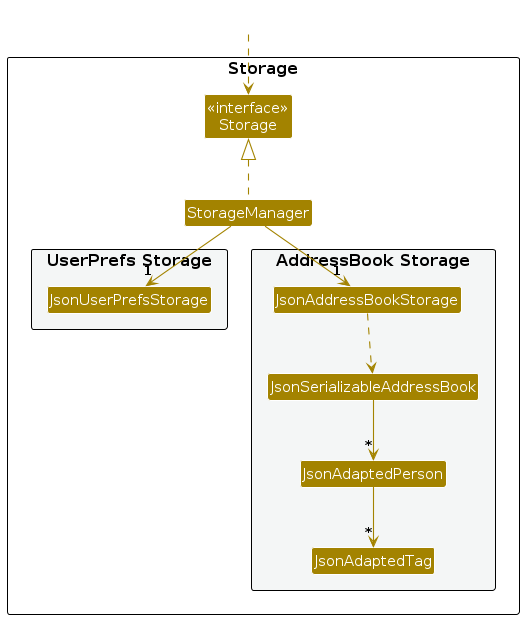
This is diagrams/StorageClassDiagram.png from AY2627S1-CS2103T-T17-3/tp, a PlantUML export, as it was before one commit. Its source is kept beside it as diagrams/StorageClassDiagram.puml.
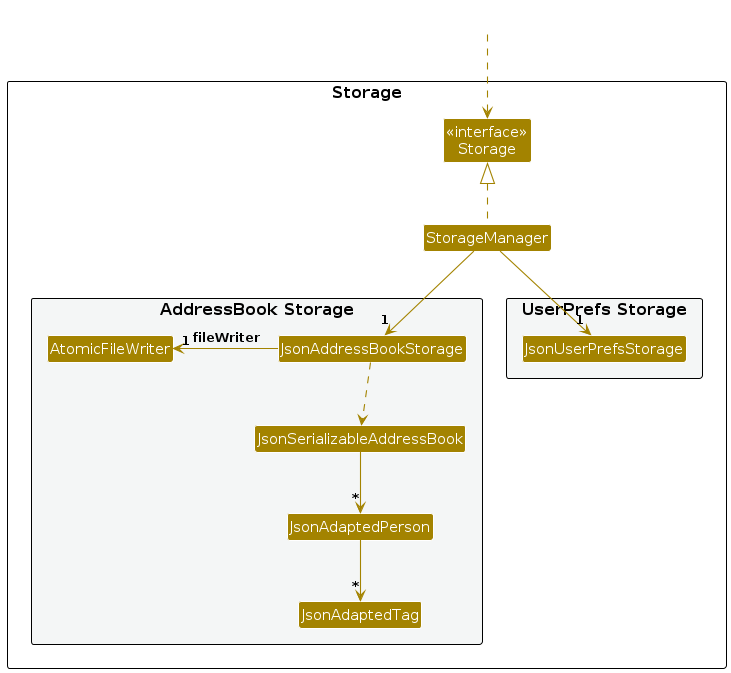
After the change.

The edit, as a diff of the source:
```diff
@@ -15,6 +15,7 @@
 
 package "AddressBook Storage" #F4F6F6{
 Class JsonAddressBookStorage
+Class AtomicFileWriter
 Class JsonSerializableAddressBook
 Class JsonAdaptedPerson
 Class JsonAdaptedTag
@@ -30,6 +31,7 @@
 StorageManager -down-> "1" JsonAddressBookStorage
 
 JsonAddressBookStorage ..> JsonSerializableAddressBook
+JsonAddressBookStorage -left-> "1" AtomicFileWriter : fileWriter
 JsonSerializableAddressBook --> "*" JsonAdaptedPerson
 JsonAdaptedPerson --> "*" JsonAdaptedTag
 
```
